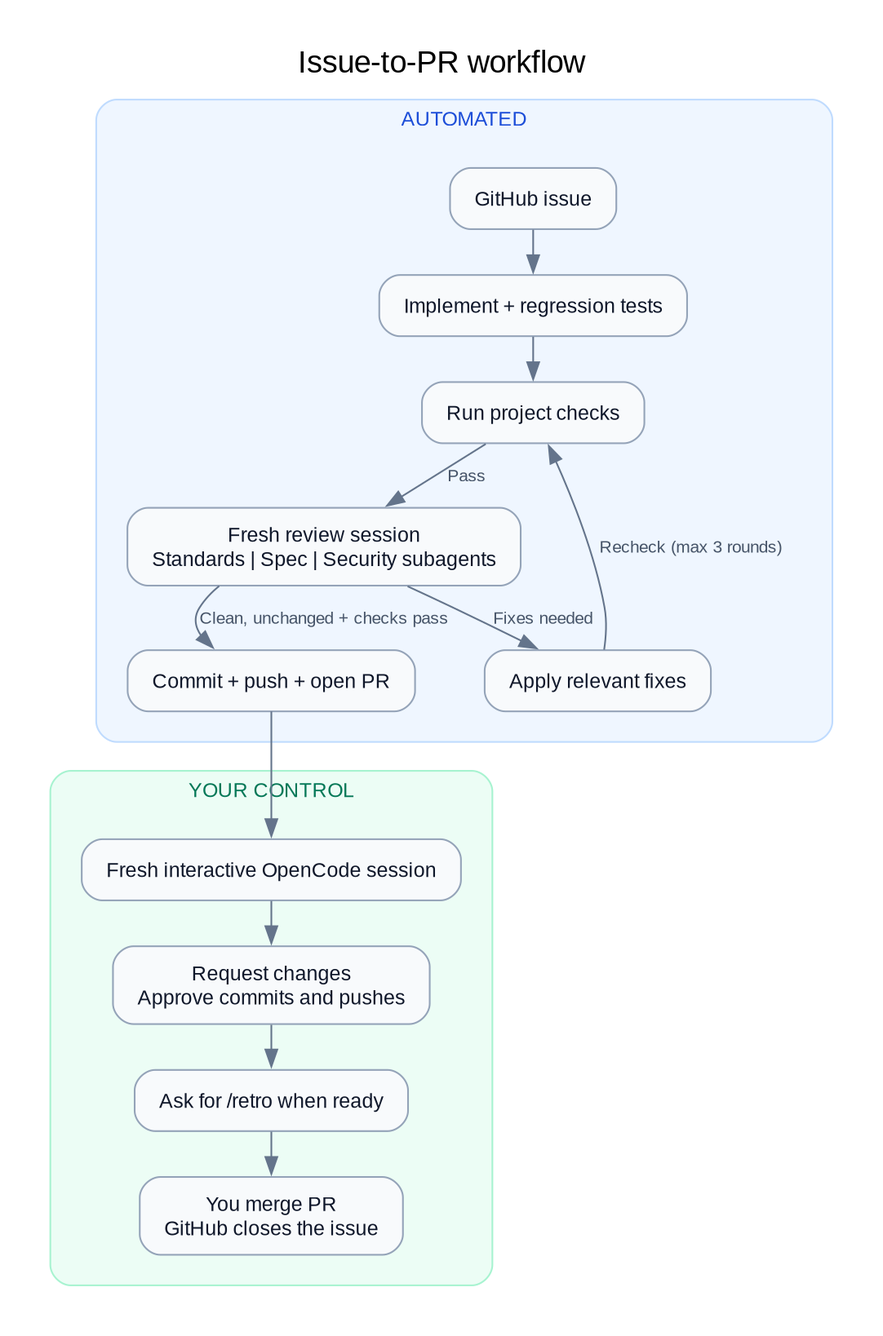
Earlier version of the Graphviz export docs/workflow.png (jcergolj/operarius). Its source is kept beside it as docs/workflow.dot.
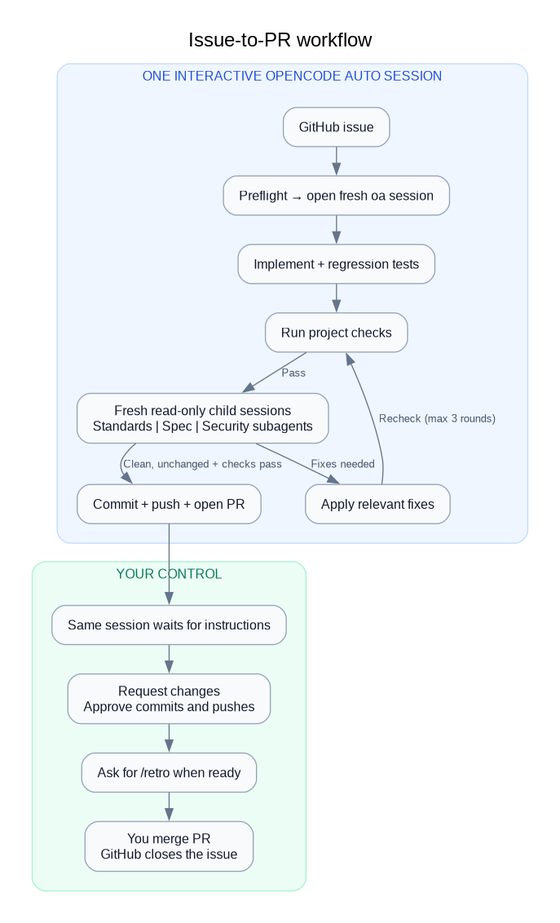
Later version of the same file.

Commit message:
Run issue workflow in one interactive OpenCode session

Change to the diagram source:
```diff
@@ -13,7 +13,7 @@
     edge [fontname="DejaVu Sans", fontsize=10, color="#64748b", fontcolor="#475569"];
 
     subgraph cluster_automated {
-        label="AUTOMATED";
+        label="ONE INTERACTIVE OPENCODE AUTO SESSION";
         fontsize=12;
         fontcolor="#1d4ed8";
         color="#bfdbfe";
@@ -22,13 +22,14 @@
         margin=18;
 
         issue [label="GitHub issue"];
+        session [label="Preflight → open fresh oa session"];
         implement [label="Implement + regression tests"];
         checks [label="Run project checks"];
-        review [label="Fresh review session\nStandards | Spec | Security subagents"];
+        review [label="Fresh read-only child sessions\nStandards | Spec | Security subagents"];
         fixes [label="Apply relevant fixes"];
         pr [label="Commit + push + open PR"];
 
-        issue -> implement -> checks;
+        issue -> session -> implement -> checks;
         checks -> review [label="Pass"];
         review -> fixes [label="Fixes needed"];
         fixes -> checks [label="Recheck (max 3 rounds)"];
@@ -44,7 +45,7 @@
         fillcolor="#ecfdf5";
         margin=18;
 
-        handoff [label="Fresh interactive OpenCode session"];
+        handoff [label="Same session waits for instructions"];
         changes [label="Request changes\nApprove commits and pushes"];
         retro [label="Ask for /retro when ready"];
         merge [label="You merge PR\nGitHub closes the issue"];
```
